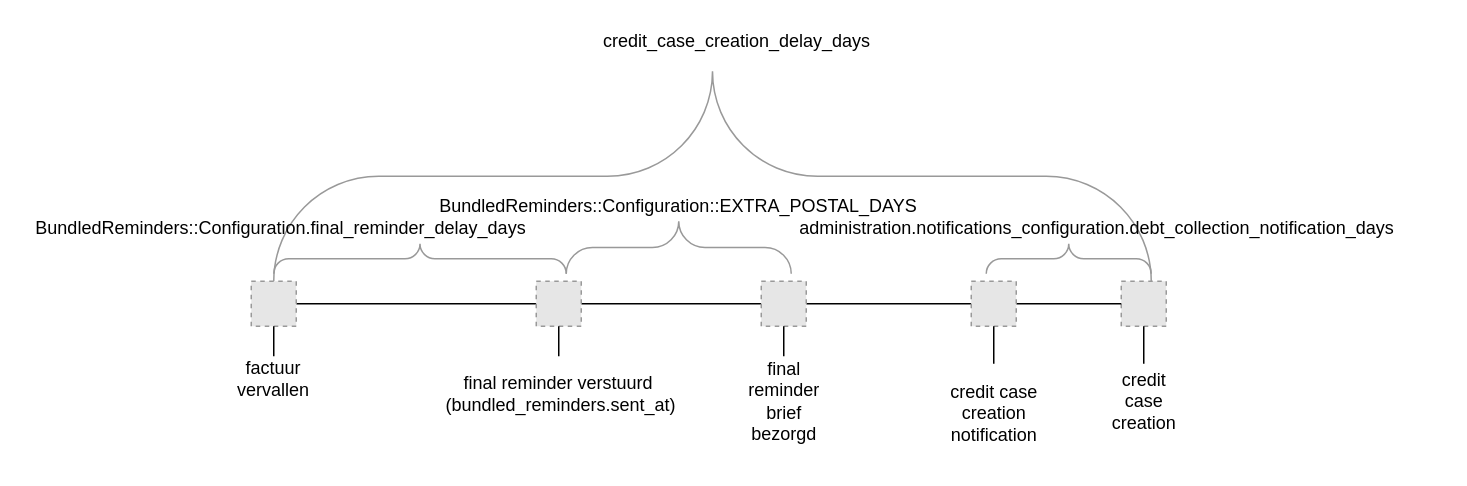
lauraBaakman/diagrams keeps this draw.io diagram as issue7496.drawio. Above is the earlier version. Source tidied: cells renumbered, new cells numbered last; positions are measured from the earlier drawing's top-left corner, leaving out a move shared by most shapes. Both pictures are drawn from the tidied source at 150%, with x=0, y=0 at pixel (26, 26). Pictures stored in the file or linked from it are replaced by grey dashed boxes.
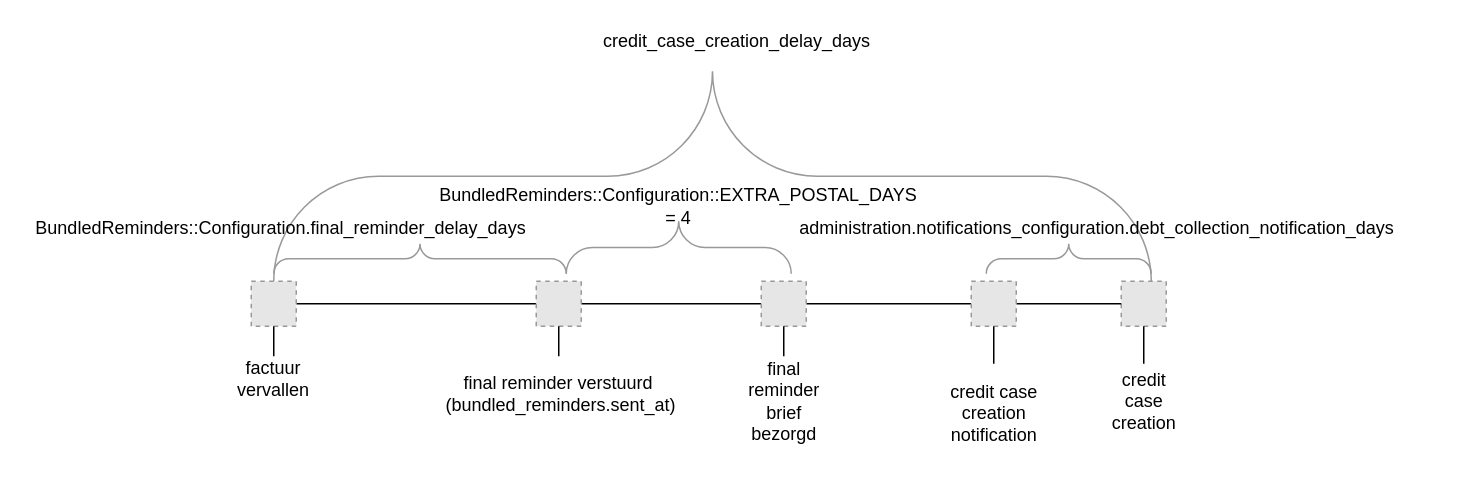
The same diagram, later.

Change to the diagram source:
```diff
@@
-    <mxCell id="28" value="BundledReminders::Configuration::EXTRA_POSTAL_DAYS" style="text;html=1;strokeColor=none;fillColor=none;align=center;verticalAlign=middle;whiteSpace=wrap;rounded=0;" parent="1" vertex="1">
+    <mxCell id="28" value="BundledReminders::Configuration::EXTRA_POSTAL_DAYS = 4" style="text;html=1;strokeColor=none;fillColor=none;align=center;verticalAlign=middle;whiteSpace=wrap;rounded=0;" parent="1" vertex="1">
       <mxGeometry x="415" y="110" width="40" height="20" as="geometry" />
     </mxCell>
```
